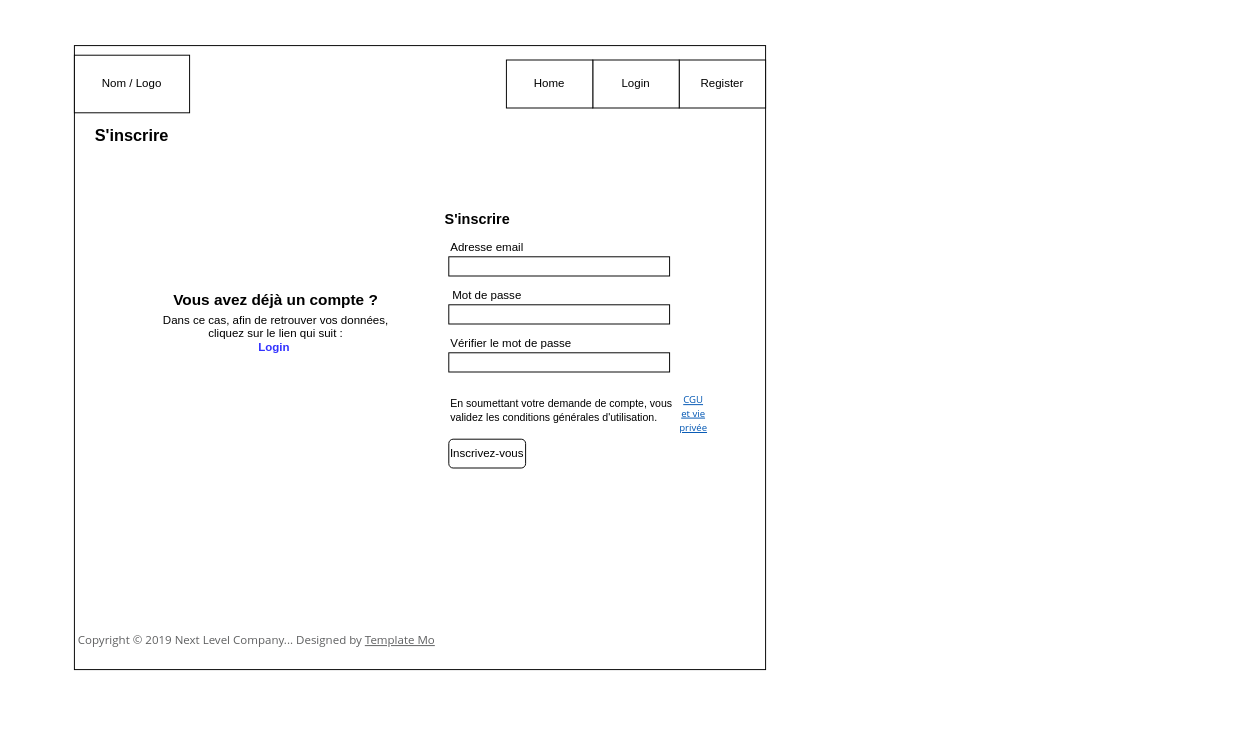
This is Conception/Maquettes/maquette_register.drawio from YFanha/PROJ-Annonces, a draw.io file, before an edit. Source tidied: cells renumbered, new cells numbered last; positions are measured from the earlier drawing's top-left corner, leaving out a move shared by most shapes. Both pictures are drawn from the tidied source at 96%, with x=0, y=0 at pixel (16, 36).
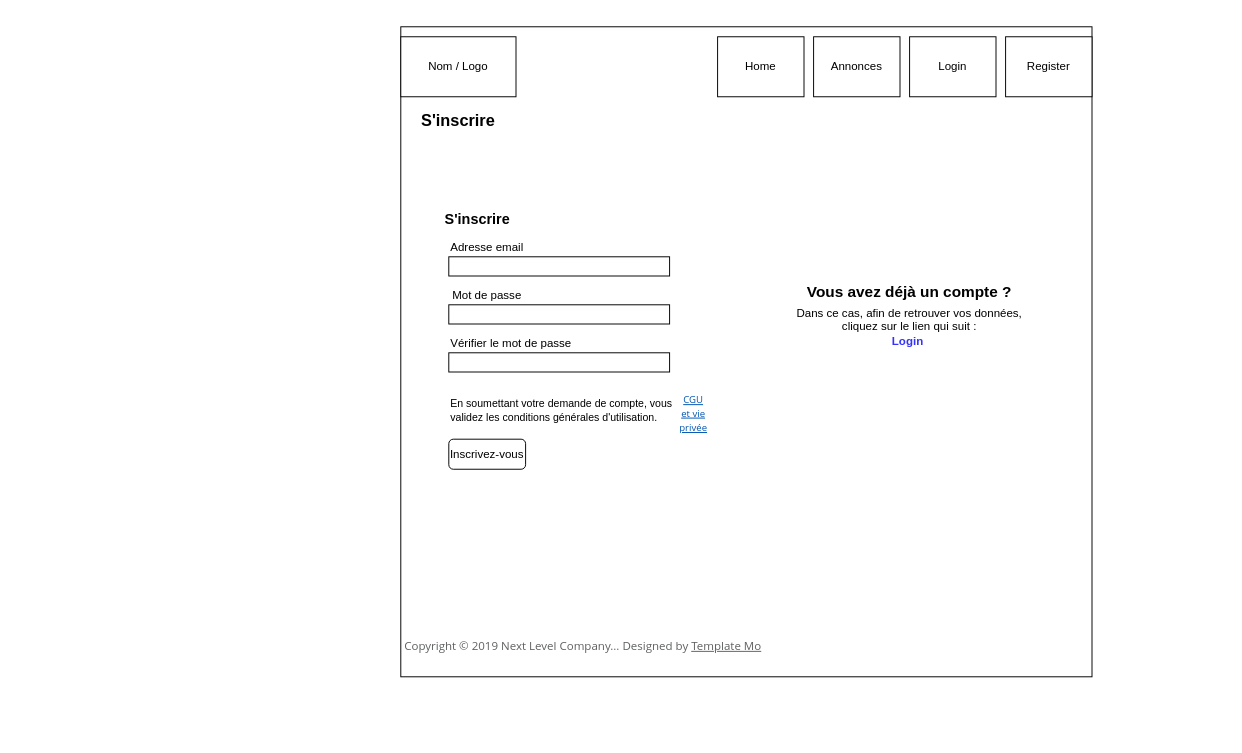
The same diagram, later.

Change to the diagram source:
```diff
@@
     <mxCell id="2" style="group;" parent="1" vertex="1">
-      <mxGeometry x="60" width="860" height="720" as="geometry" />
+      <mxGeometry x="400" y="-20" width="860" height="750" as="geometry" />
     </mxCell>
     <mxCell id="3" style="rounded=0;whiteSpace=wrap;html=1;" parent="2" vertex="1">
-      <mxGeometry y="10" width="720" height="650" as="geometry" />
+      <mxGeometry y="10.4" width="720" height="677.1" as="geometry" />
     </mxCell>
     <mxCell id="4" value="Nom / Logo" style="rounded=0;whiteSpace=wrap;html=1;" parent="2" vertex="1">
-      <mxGeometry y="20" width="120" height="60" as="geometry" />
+      <mxGeometry y="20.8" width="120" height="62.5" as="geometry" />
     </mxCell>
-    <mxCell id="5" value="Register" style="rounded=0;whiteSpace=wrap;html=1;" parent="2" vertex="1">
-      <mxGeometry x="630" y="25" width="90" height="50" as="geometry" />
-    </mxCell>
-    <mxCell id="6" value="Login" style="rounded=0;whiteSpace=wrap;html=1;" parent="2" vertex="1">
-      <mxGeometry x="540" y="25" width="90" height="50" as="geometry" />
-    </mxCell>
-    <mxCell id="7" value="Home" style="rounded=0;whiteSpace=wrap;html=1;" parent="2" vertex="1">
-      <mxGeometry x="450" y="25" width="90" height="50" as="geometry" />
-    </mxCell>
     <mxCell id="8" value="&lt;font size=&quot;1&quot;&gt;&lt;b style=&quot;font-size: 17px&quot;&gt;S'inscrire&lt;/b&gt;&lt;/font&gt;" style="text;html=1;strokeColor=none;fillColor=none;align=center;verticalAlign=middle;whiteSpace=wrap;rounded=0;" parent="2" vertex="1">
-      <mxGeometry x="30" y="90" width="60" height="30" as="geometry" />
+      <mxGeometry x="30" y="93.8" width="60" height="31.3" as="geometry" />
     </mxCell>
-    <mxCell id="9" style="group;" parent="2" vertex="1">
-      <mxGeometry x="40" y="250" width="340" height="90" as="geometry" />
-    </mxCell>
+    <mxCell id="12" value="Inscrivez-vous" style="rounded=1;whiteSpace=wrap;html=1;" parent="2" vertex="1">
+      <mxGeometry x="50" y="440" width="80" height="31.3" as="geometry" />
+    </mxCell>
+    <mxCell id="13" value="&lt;font style=&quot;font-size: 12px&quot;&gt;&lt;span style=&quot;color: rgb(95 , 96 , 97) ; font-family: &amp;#34;open sans&amp;#34; , &amp;#34;arial&amp;#34; , &amp;#34;helvetica&amp;#34; , sans-serif ; text-align: left ; background-color: rgb(255 , 255 , 255)&quot;&gt;Copyright © 2019 Next Level Company... Designed by&amp;nbsp;&lt;/span&gt;&lt;a href=&quot;https://fb.com/templatemo&quot; class=&quot;tm-copyright-link cc_pointer&quot; style=&quot;box-sizing: border-box ; color: rgb(95 , 96 , 97) ; background-color: rgb(255 , 255 , 255) ; transition: all 0.3s ease 0s ; font-family: &amp;#34;open sans&amp;#34; , &amp;#34;arial&amp;#34; , &amp;#34;helvetica&amp;#34; , sans-serif ; text-align: left&quot;&gt;Template Mo&lt;/a&gt;&lt;/font&gt;" style="text;html=1;strokeColor=none;fillColor=none;align=center;verticalAlign=middle;whiteSpace=wrap;rounded=0;" parent="2" vertex="1">
+      <mxGeometry x="-60" y="645.8" width="500" height="20.8" as="geometry" />
+    </mxCell>
-    <mxCell id="10" value="&lt;font size=&quot;1&quot;&gt;&lt;b style=&quot;font-size: 16px&quot;&gt;Vous avez déjà un compte ?&lt;/b&gt;&lt;/font&gt;" style="text;html=1;strokeColor=none;fillColor=none;align=center;verticalAlign=middle;whiteSpace=wrap;rounded=0;" parent="9" vertex="1">
-      <mxGeometry width="340" height="50" as="geometry" />
+    <mxCell id="10" value="&lt;font size=&quot;1&quot;&gt;&lt;b style=&quot;font-size: 16px&quot;&gt;Vous avez déjà un compte ?&lt;/b&gt;&lt;/font&gt;" style="text;html=1;strokeColor=none;fillColor=none;align=center;verticalAlign=middle;whiteSpace=wrap;rounded=0;" parent="2" vertex="1">
+      <mxGeometry x="360" y="260.4" width="340" height="52.1" as="geometry" />
     </mxCell>
-    <mxCell id="11" value="Dans ce cas, afin de retrouver vos données,&lt;br&gt;cliquez sur le lien qui suit :&lt;br&gt;&lt;font color=&quot;#3333ff&quot;&gt;&lt;b&gt;Login&amp;nbsp;&lt;/b&gt;&lt;/font&gt;" style="text;html=1;strokeColor=none;fillColor=none;align=center;verticalAlign=middle;whiteSpace=wrap;rounded=0;" parent="9" vertex="1">
-      <mxGeometry x="30" y="30" width="280" height="60" as="geometry" />
+    <mxCell id="11" value="Dans ce cas, afin de retrouver vos données,&lt;br&gt;cliquez sur le lien qui suit :&lt;br&gt;&lt;font color=&quot;#3333ff&quot;&gt;&lt;b&gt;Login&amp;nbsp;&lt;/b&gt;&lt;/font&gt;" style="text;html=1;strokeColor=none;fillColor=none;align=center;verticalAlign=middle;whiteSpace=wrap;rounded=0;" parent="2" vertex="1">
+      <mxGeometry x="390" y="291.7" width="280" height="62.5" as="geometry" />
     </mxCell>
-    <mxCell id="12" value="Inscrivez-vous" style="rounded=1;whiteSpace=wrap;html=1;" parent="2" vertex="1">
-      <mxGeometry x="390" y="420" width="80" height="30" as="geometry" />
-    </mxCell>
-    <mxCell id="13" value="&lt;font style=&quot;font-size: 12px&quot;&gt;&lt;span style=&quot;color: rgb(95 , 96 , 97) ; font-family: &amp;#34;open sans&amp;#34; , &amp;#34;arial&amp;#34; , &amp;#34;helvetica&amp;#34; , sans-serif ; text-align: left ; background-color: rgb(255 , 255 , 255)&quot;&gt;Copyright © 2019 Next Level Company... Designed by&amp;nbsp;&lt;/span&gt;&lt;a href=&quot;https://fb.com/templatemo&quot; class=&quot;tm-copyright-link cc_pointer&quot; style=&quot;box-sizing: border-box ; color: rgb(95 , 96 , 97) ; background-color: rgb(255 , 255 , 255) ; transition: all 0.3s ease 0s ; font-family: &amp;#34;open sans&amp;#34; , &amp;#34;arial&amp;#34; , &amp;#34;helvetica&amp;#34; , sans-serif ; text-align: left&quot;&gt;Template Mo&lt;/a&gt;&lt;/font&gt;" style="text;html=1;strokeColor=none;fillColor=none;align=center;verticalAlign=middle;whiteSpace=wrap;rounded=0;" parent="2" vertex="1">
-      <mxGeometry x="-60" y="620" width="500" height="20" as="geometry" />
-    </mxCell>
+    <mxCell id="7" value="Home" style="rounded=0;whiteSpace=wrap;html=1;" parent="2" vertex="1">
+      <mxGeometry x="330" y="20.8" width="90" height="62.5" as="geometry" />
+    </mxCell>
+    <mxCell id="23" value="Annonces" style="rounded=0;whiteSpace=wrap;html=1;" parent="2" vertex="1">
+      <mxGeometry x="430" y="20.8" width="90" height="62.5" as="geometry" />
+    </mxCell>
+    <mxCell id="6" value="Login" style="rounded=0;whiteSpace=wrap;html=1;" parent="2" vertex="1">
+      <mxGeometry x="530" y="20.8" width="90" height="62.5" as="geometry" />
+    </mxCell>
+    <mxCell id="5" value="Register" style="rounded=0;whiteSpace=wrap;html=1;" parent="2" vertex="1">
+      <mxGeometry x="630" y="20.8" width="90" height="62.5" as="geometry" />
+    </mxCell>
```
